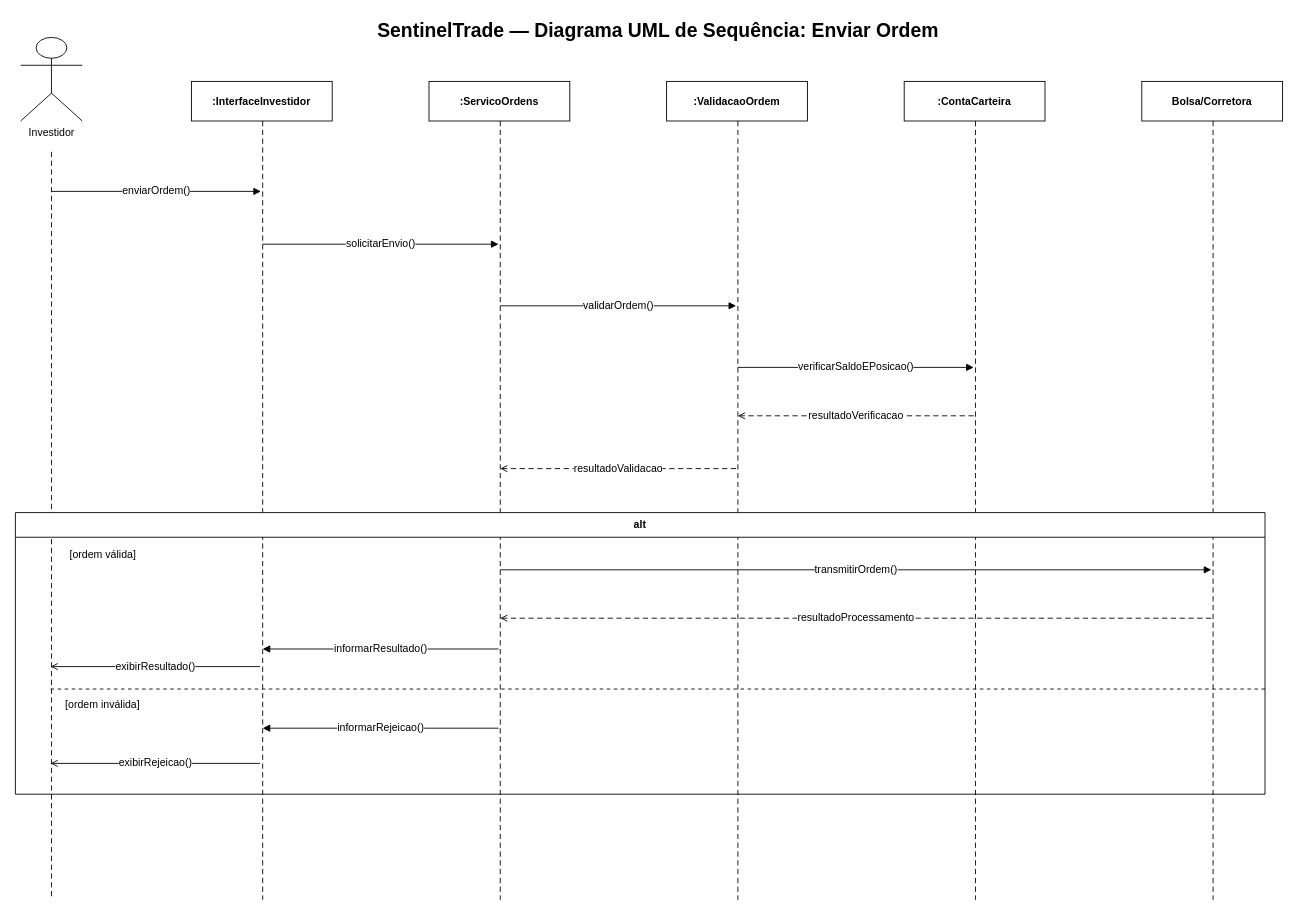
This is Gabriel-Franca-Vita-Enzo-Conte-Henrique-Nani-Cerqueira/Docs/Diagramas/drawio/UML-Sequencia-SentinelTrade.drawio from gabrielfvita/projetosoftware-sentinel-trade, a draw.io file, before an edit. Source tidied: cells renumbered, new cells numbered last; positions are measured from the earlier drawing's top-left corner, leaving out a move shared by most shapes. Both pictures are drawn from the tidied source at 88%, with x=0, y=0 at pixel (15, 15).
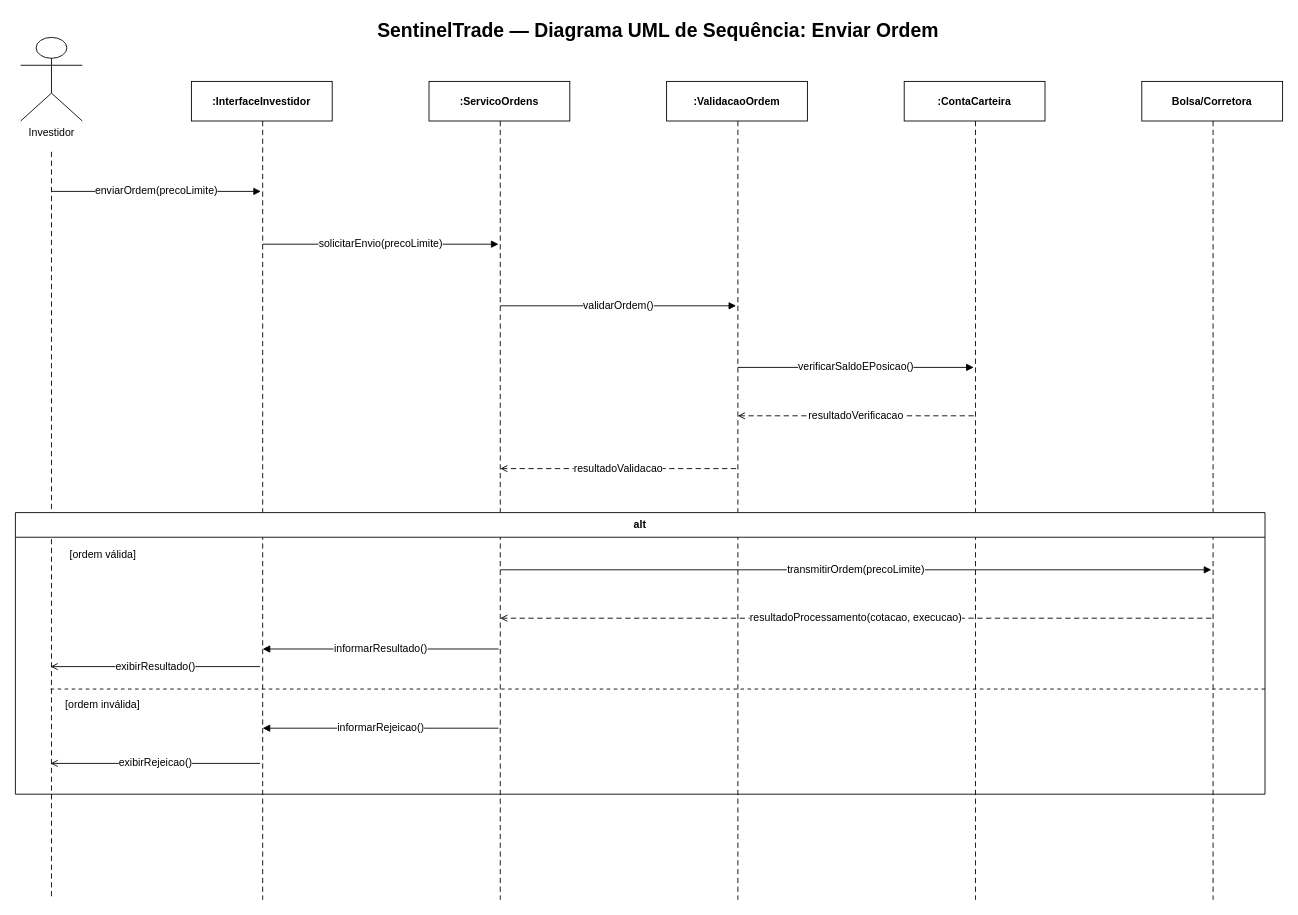
Above is the later version.

The change refers to these unchanged cells:
```xml
<mxCell id="15" style="ellipse;fillOpacity=0;strokeOpacity=0;opacity=0;" parent="1" vertex="1">
  <mxGeometry x="39" y="199" width="2" height="2" as="geometry" />
</mxCell>
<mxCell id="16" style="ellipse;fillOpacity=0;strokeOpacity=0;opacity=0;" parent="1" vertex="1">
  <mxGeometry x="279" y="199" width="2" height="2" as="geometry" />
</mxCell>
<mxCell id="18" style="ellipse;fillOpacity=0;strokeOpacity=0;opacity=0;" parent="1" vertex="1">
  <mxGeometry x="279" y="259" width="2" height="2" as="geometry" />
</mxCell>
<mxCell id="19" style="ellipse;fillOpacity=0;strokeOpacity=0;opacity=0;" parent="1" vertex="1">
  <mxGeometry x="549" y="259" width="2" height="2" as="geometry" />
</mxCell>
<mxCell id="41" style="ellipse;fillOpacity=0;strokeOpacity=0;opacity=0;" parent="1" vertex="1">
  <mxGeometry x="549" y="629" width="2" height="2" as="geometry" />
</mxCell>
<mxCell id="42" style="ellipse;fillOpacity=0;strokeOpacity=0;opacity=0;" parent="1" vertex="1">
  <mxGeometry x="1359" y="629" width="2" height="2" as="geometry" />
</mxCell>
<mxCell id="44" style="ellipse;fillOpacity=0;strokeOpacity=0;opacity=0;" parent="1" vertex="1">
  <mxGeometry x="1359" y="684" width="2" height="2" as="geometry" />
</mxCell>
<mxCell id="45" style="ellipse;fillOpacity=0;strokeOpacity=0;opacity=0;" parent="1" vertex="1">
  <mxGeometry x="549" y="684" width="2" height="2" as="geometry" />
</mxCell>
```

The edit, as a diff of the source:
```diff
@@
-    <mxCell id="17" value="enviarOrdem()" style="edgeStyle=none;html=1;fontSize=12;endArrow=block;endFill=1;" parent="1" edge="1" source="15" target="16">
+    <mxCell id="17" value="enviarOrdem(precoLimite)" style="edgeStyle=none;html=1;fontSize=12;endArrow=block;endFill=1;" parent="1" edge="1" source="15" target="16">
       <mxGeometry relative="1" as="geometry" />
     </mxCell>
@@
-    <mxCell id="20" value="solicitarEnvio()" style="edgeStyle=none;html=1;fontSize=12;endArrow=block;endFill=1;" parent="1" edge="1" source="18" target="19">
+    <mxCell id="20" value="solicitarEnvio(precoLimite)" style="edgeStyle=none;html=1;fontSize=12;endArrow=block;endFill=1;" parent="1" edge="1" source="18" target="19">
       <mxGeometry relative="1" as="geometry" />
     </mxCell>
@@
-    <mxCell id="43" value="transmitirOrdem()" style="edgeStyle=none;html=1;fontSize=12;endArrow=block;endFill=1;" parent="1" edge="1" source="41" target="42">
+    <mxCell id="43" value="transmitirOrdem(precoLimite)" style="edgeStyle=none;html=1;fontSize=12;endArrow=block;endFill=1;" parent="1" edge="1" source="41" target="42">
       <mxGeometry relative="1" as="geometry" />
     </mxCell>
@@
-    <mxCell id="46" value="resultadoProcessamento" style="edgeStyle=none;html=1;fontSize=12;dashed=1;dashPattern=6 4;endArrow=open;endFill=0;" parent="1" edge="1" source="44" target="45">
+    <mxCell id="46" value="resultadoProcessamento(cotacao, execucao)" style="edgeStyle=none;html=1;fontSize=12;dashed=1;dashPattern=6 4;endArrow=open;endFill=0;" parent="1" edge="1" source="44" target="45">
       <mxGeometry relative="1" as="geometry" />
     </mxCell>
```
